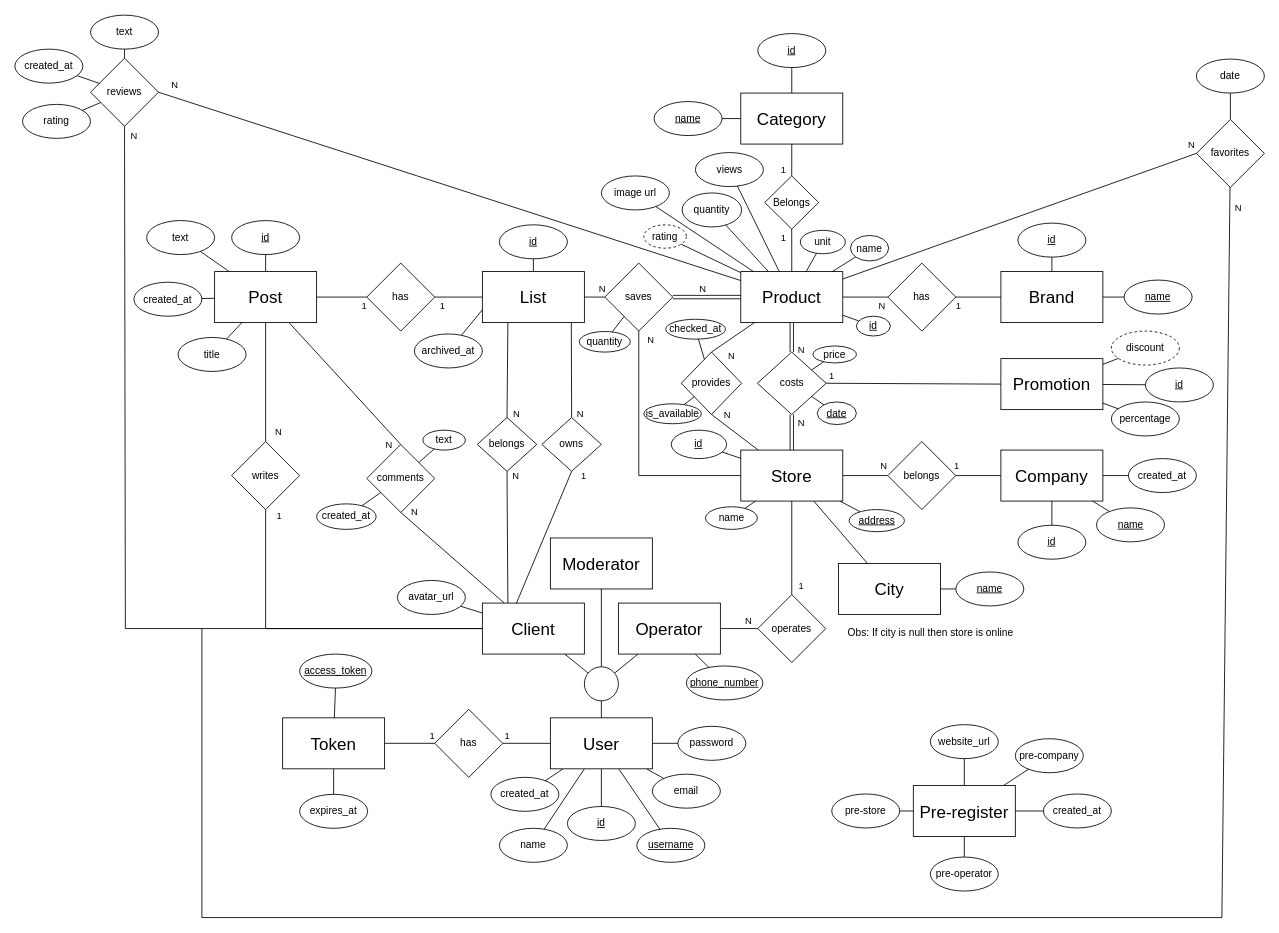
Earlier version of the draw.io diagram docs/EA_model.drawio (AndreGraca3/Market-Tracker). Source tidied: cells renumbered, new cells numbered last; positions are measured from the earlier drawing's top-left corner, leaving out a move shared by most shapes. Both pictures are drawn from the tidied source at 85%, with x=0, y=0 at pixel (14, 14).
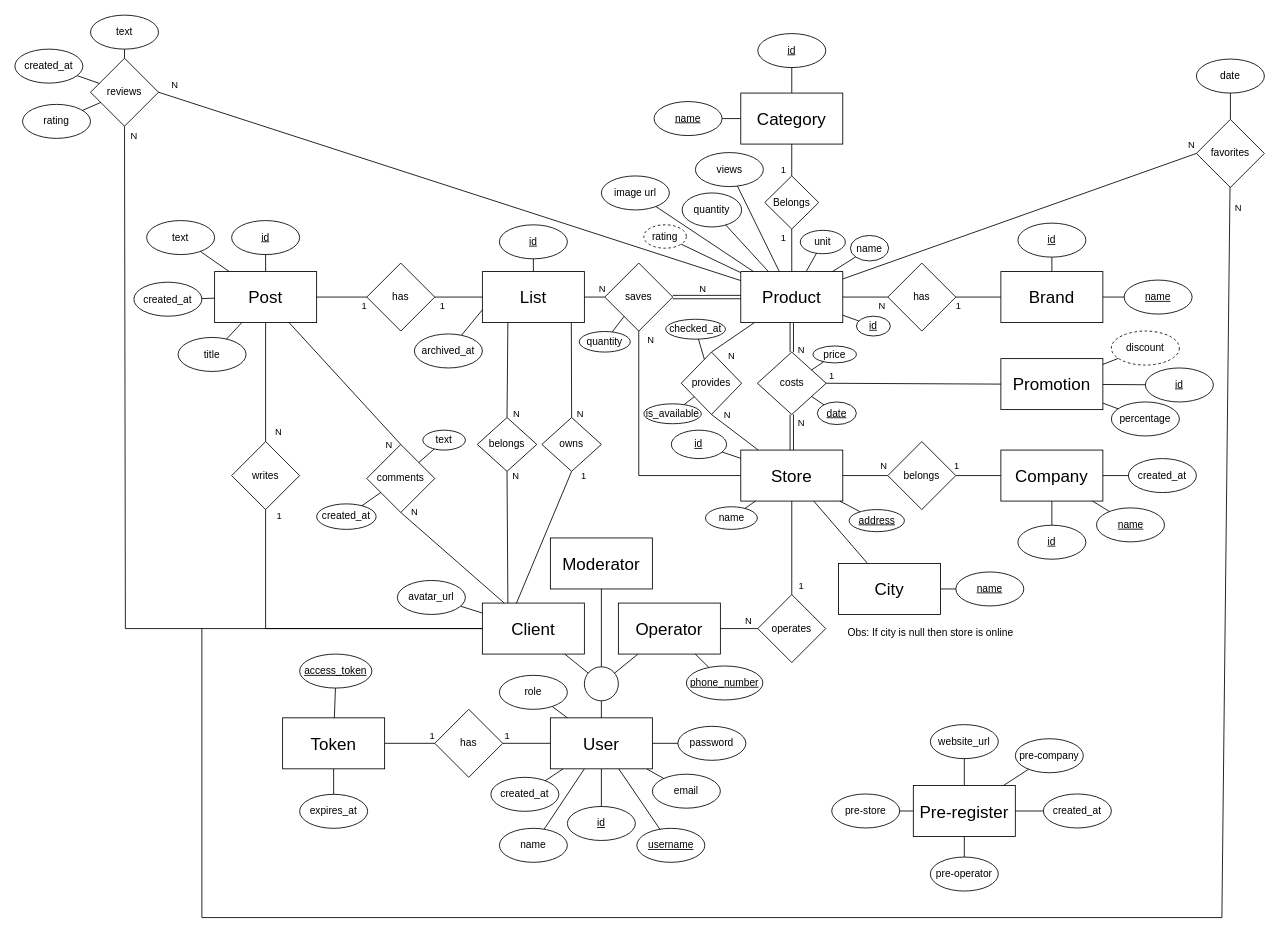
The same diagram, later.

Unchanged cells that the change refers to:
```xml
<mxCell id="154" value="&lt;span style=&quot;font-size: 20px;&quot;&gt;User&lt;/span&gt;" style="rounded=0;whiteSpace=wrap;html=1;" parent="1" vertex="1">
  <mxGeometry x="630" y="827" width="120" height="60" as="geometry" />
</mxCell>
```

Diff of the diagram source:
```diff
@@
+    <mxCell id="201" value="role" style="ellipse;whiteSpace=wrap;html=1;" parent="1" vertex="1">
+      <mxGeometry x="570" y="777" width="80" height="40" as="geometry" />
+    </mxCell>
+    <mxCell id="202" style="endArrow=none;html=1;rounded=0;" parent="1" edge="1" source="201" target="154">
+      <mxGeometry relative="1" as="geometry" />
+    </mxCell>
```
